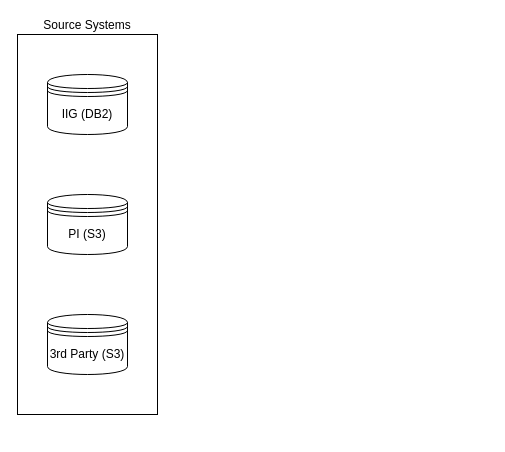
Earlier version of the draw.io diagram vgArch.drawio (yimingli92/clouddigrams). Source tidied: cells renumbered, new cells numbered last; positions are measured from the earlier drawing's top-left corner, leaving out a move shared by most shapes. Both pictures are drawn from the tidied source at 100%, with x=0, y=0 at pixel (17, 34).
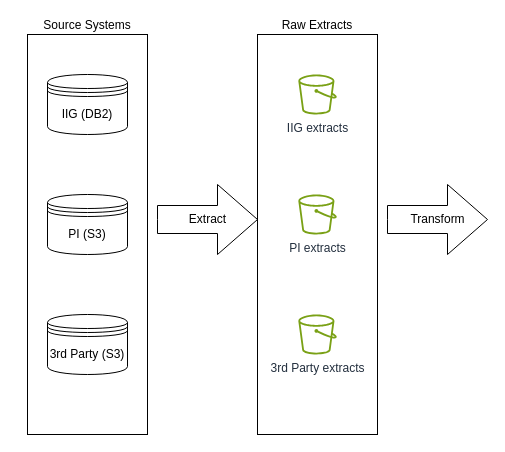
After the change.

Change to the diagram source:
```diff
@@
 <mxGraphModel>
   <root>
     <mxCell id="0" />
     <mxCell id="1" parent="0" />
     <mxCell id="2" value="IIG (DB2)" style="shape=datastore;whiteSpace=wrap;html=1;" parent="1" vertex="1">
       <mxGeometry x="30" y="40" width="80" height="60" as="geometry" />
     </mxCell>
     <mxCell id="3" value="PI (S3)" style="shape=datastore;whiteSpace=wrap;html=1;" parent="1" vertex="1">
       <mxGeometry x="30" y="160" width="80" height="60" as="geometry" />
     </mxCell>
     <mxCell id="4" value="3rd Party (S3)" style="shape=datastore;whiteSpace=wrap;html=1;" parent="1" vertex="1">
       <mxGeometry x="30" y="280" width="80" height="60" as="geometry" />
     </mxCell>
     <mxCell id="5" value="Source Systems" style="rounded=0;whiteSpace=wrap;html=1;fillColor=none;labelPosition=center;verticalLabelPosition=top;align=center;verticalAlign=bottom;" parent="1" vertex="1">
-      <mxGeometry width="140" height="380" as="geometry" />
+      <mxGeometry x="10" width="120" height="400" as="geometry" />
     </mxCell>
+    <mxCell id="6" value="Extract" style="html=1;shadow=0;dashed=0;align=center;verticalAlign=middle;shape=mxgraph.arrows2.arrow;dy=0.6;dx=40;notch=0;" parent="1" vertex="1">
+      <mxGeometry x="140" y="150" width="100" height="70" as="geometry" />
+    </mxCell>
+    <mxCell id="7" value="IIG extracts" style="sketch=0;fontColor=#232F3E;gradientColor=none;fillColor=#7AA116;strokeColor=none;dashed=0;verticalLabelPosition=bottom;verticalAlign=top;align=center;html=1;fontSize=12;fontStyle=0;shape=mxgraph.aws4.bucket;" parent="1" vertex="1">
+      <mxGeometry x="280.8" y="40" width="38.5" height="40" as="geometry" />
+    </mxCell>
+    <mxCell id="8" value="PI extracts" style="sketch=0;fontColor=#232F3E;gradientColor=none;fillColor=#7AA116;strokeColor=none;dashed=0;verticalLabelPosition=bottom;verticalAlign=top;align=center;html=1;fontSize=12;fontStyle=0;shape=mxgraph.aws4.bucket;" parent="1" vertex="1">
+      <mxGeometry x="280.8" y="160" width="38.5" height="40" as="geometry" />
+    </mxCell>
+    <mxCell id="9" value="3rd Party extracts" style="sketch=0;fontColor=#232F3E;gradientColor=none;fillColor=#7AA116;strokeColor=none;dashed=0;verticalLabelPosition=bottom;verticalAlign=top;align=center;html=1;fontSize=12;fontStyle=0;shape=mxgraph.aws4.bucket;" parent="1" vertex="1">
+      <mxGeometry x="280.8" y="280" width="38.5" height="40" as="geometry" />
+    </mxCell>
+    <mxCell id="10" value="Raw Extracts" style="rounded=0;whiteSpace=wrap;html=1;fillColor=none;labelPosition=center;verticalLabelPosition=top;align=center;verticalAlign=bottom;" parent="1" vertex="1">
+      <mxGeometry x="240" width="120" height="400" as="geometry" />
+    </mxCell>
+    <mxCell id="11" value="Transform" style="html=1;shadow=0;dashed=0;align=center;verticalAlign=middle;shape=mxgraph.arrows2.arrow;dy=0.6;dx=40;notch=0;" parent="1" vertex="1">
+      <mxGeometry x="370" y="150" width="100" height="70" as="geometry" />
+    </mxCell>
   </root>
 </mxGraphModel>
```
